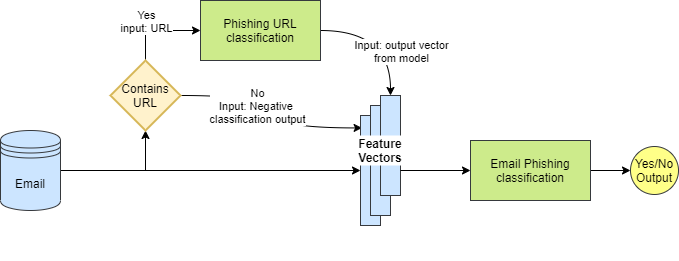
jimwangzx/Phishing-Detection keeps this draw.io diagram as images/Predicting_diagram.png. Above is the earlier version. Source tidied: cells renumbered, new cells last; positions are measured from the earlier drawing's top-left corner, leaving out a move shared by most shapes. Source of this version:
```xml
<mxGraphModel>
  <root>
    <mxCell id="0" />
    <mxCell id="1" parent="0" />
    <mxCell id="2" style="edgeStyle=orthogonalEdgeStyle;rounded=0;jettySize=auto;html=1;entryX=0.5;entryY=1;entryDx=0;entryDy=0;entryPerimeter=0;" parent="1" edge="1" source="4" target="9">
      <mxGeometry relative="1" as="geometry" />
    </mxCell>
    <mxCell id="3" style="edgeStyle=orthogonalEdgeStyle;rounded=0;jettySize=auto;html=1;" parent="1" edge="1" source="4" target="14">
      <mxGeometry relative="1" as="geometry" />
    </mxCell>
    <mxCell id="4" value="Email" style="shape=datastore;whiteSpace=wrap;html=1;fillColor=#cce5ff;strokeColor=#36393d;" parent="1" vertex="1">
      <mxGeometry y="130" width="60" height="80" as="geometry" />
    </mxCell>
    <mxCell id="5" style="edgeStyle=orthogonalEdgeStyle;rounded=0;jettySize=auto;html=1;exitX=0.5;exitY=0;exitDx=0;exitDy=0;exitPerimeter=0;entryX=0;entryY=0.5;entryDx=0;entryDy=0;" parent="1" edge="1" source="9" target="12">
      <mxGeometry relative="1" as="geometry" />
    </mxCell>
    <mxCell id="6" value="Yes&lt;br&gt;input: URL" style="edgeLabel;html=1;align=center;verticalAlign=middle;" parent="5" vertex="1">
      <mxGeometry x="-0.35" y="-9" relative="1" as="geometry">
        <mxPoint x="-9" y="-12" as="offset" />
      </mxGeometry>
    </mxCell>
    <mxCell id="7" style="edgeStyle=orthogonalEdgeStyle;rounded=0;jettySize=auto;html=1;curved=1;entryX=0.08;entryY=0.113;entryDx=0;entryDy=0;entryPerimeter=0;" parent="1" edge="1" source="9" target="14">
      <mxGeometry relative="1" as="geometry" />
    </mxCell>
    <mxCell id="8" value="No&lt;br&gt;Input: Negative &lt;br&gt;classification output" style="edgeLabel;html=1;align=center;verticalAlign=middle;" parent="7" vertex="1">
      <mxGeometry x="-0.41" y="-4" relative="1" as="geometry">
        <mxPoint x="12" y="6" as="offset" />
      </mxGeometry>
    </mxCell>
    <mxCell id="9" value="Contains URL" style="strokeWidth=2;html=1;shape=mxgraph.flowchart.decision;whiteSpace=wrap;fillColor=#fff2cc;strokeColor=#d6b656;" parent="1" vertex="1">
      <mxGeometry x="110" y="60" width="70" height="70" as="geometry" />
    </mxCell>
    <mxCell id="10" style="edgeStyle=orthogonalEdgeStyle;curved=1;rounded=0;jettySize=auto;html=1;entryX=0.5;entryY=0;entryDx=0;entryDy=0;" parent="1" edge="1" source="12" target="16">
      <mxGeometry relative="1" as="geometry" />
    </mxCell>
    <mxCell id="11" value="Input: output vector&lt;br&gt;from model" style="edgeLabel;html=1;align=center;verticalAlign=middle;" parent="10" vertex="1">
      <mxGeometry x="-0.31" y="-15" relative="1" as="geometry">
        <mxPoint x="33" y="5" as="offset" />
      </mxGeometry>
    </mxCell>
    <mxCell id="12" value="Phishing URL classification" style="rounded=0;whiteSpace=wrap;html=1;fillColor=#cdeb8b;strokeColor=#36393d;" parent="1" vertex="1">
      <mxGeometry x="200" width="120" height="60" as="geometry" />
    </mxCell>
    <mxCell id="13" style="group;" parent="1" vertex="1">
      <mxGeometry x="340" y="95" width="70" height="165" as="geometry" />
    </mxCell>
    <mxCell id="14" style="rounded=0;whiteSpace=wrap;html=1;fillColor=#cce5ff;strokeColor=#36393d;" parent="13" vertex="1">
      <mxGeometry x="20" y="20" width="20" height="110" as="geometry" />
    </mxCell>
    <mxCell id="15" style="rounded=0;whiteSpace=wrap;html=1;fillColor=#cce5ff;strokeColor=#36393d;" parent="13" vertex="1">
      <mxGeometry x="30" y="10" width="20" height="110" as="geometry" />
    </mxCell>
    <mxCell id="16" style="rounded=0;whiteSpace=wrap;html=1;fillColor=#cce5ff;strokeColor=#36393d;" parent="13" vertex="1">
      <mxGeometry x="40" width="20" height="100" as="geometry" />
    </mxCell>
    <mxCell id="17" value="Feature Vectors" style="text;html=1;align=center;verticalAlign=middle;whiteSpace=wrap;rounded=0;fillColor=#ffffff;fontStyle=1;" parent="13" vertex="1">
      <mxGeometry x="10" y="40" width="60" height="30" as="geometry" />
    </mxCell>
    <mxCell id="18" style="edgeStyle=orthogonalEdgeStyle;curved=1;rounded=0;jettySize=auto;html=1;" parent="1" edge="1" source="19" target="21">
      <mxGeometry relative="1" as="geometry" />
    </mxCell>
    <mxCell id="19" value="Email Phishing classification" style="rounded=0;whiteSpace=wrap;html=1;fillColor=#cdeb8b;strokeColor=#36393d;" parent="1" vertex="1">
      <mxGeometry x="470" y="140" width="120" height="60" as="geometry" />
    </mxCell>
    <mxCell id="20" style="edgeStyle=orthogonalEdgeStyle;curved=1;rounded=0;jettySize=auto;html=1;exitX=1;exitY=0.75;exitDx=0;exitDy=0;entryX=0;entryY=0.5;entryDx=0;entryDy=0;" parent="1" edge="1" source="16" target="19">
      <mxGeometry relative="1" as="geometry" />
    </mxCell>
    <mxCell id="21" value="Yes/No&lt;br&gt;Output" style="ellipse;whiteSpace=wrap;html=1;fillColor=#ffff88;strokeColor=#36393d;" parent="1" vertex="1">
      <mxGeometry x="630" y="146" width="48" height="48" as="geometry" />
    </mxCell>
  </root>
</mxGraphModel>
```
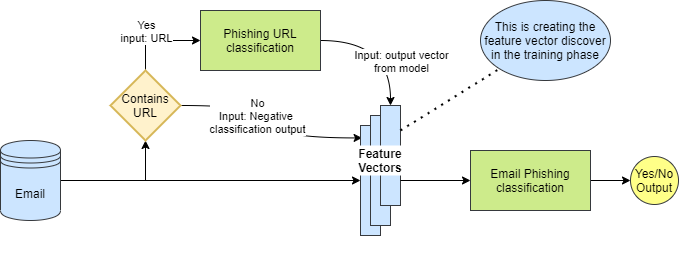
The same file after the commit.

Commit message:
adding clarification note

Change to the diagram source:
```diff
@@ -68,5 +68,11 @@
     <mxCell id="21" value="Yes/No&lt;br&gt;Output" style="ellipse;whiteSpace=wrap;html=1;fillColor=#ffff88;strokeColor=#36393d;" parent="1" vertex="1">
       <mxGeometry x="630" y="146" width="48" height="48" as="geometry" />
     </mxCell>
+    <mxCell id="22" value="This is creating the feature vector discover in the training phase" style="ellipse;whiteSpace=wrap;html=1;fillColor=#cce5ff;strokeColor=#36393d;" parent="1" vertex="1">
+      <mxGeometry x="480" y="-10" width="130" height="80" as="geometry" />
+    </mxCell>
+    <mxCell id="23" style="endArrow=none;dashed=1;html=1;dashPattern=1 3;strokeWidth=2;exitX=1;exitY=0.25;exitDx=0;exitDy=0;entryX=0;entryY=1;entryDx=0;entryDy=0;" parent="1" edge="1" source="16" target="22">
+      <mxGeometry relative="1" as="geometry" />
+    </mxCell>
   </root>
 </mxGraphModel>
```
